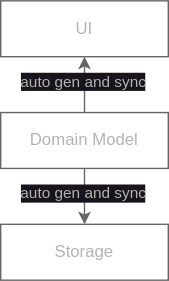
This is docs/diagrams/svg/mvs.svg from stevedekorte/strvct.net, a draw.io export, as it was before one commit. Source tidied: cells renumbered, new cells last; positions are measured from the earlier drawing's top-left corner, leaving out a move shared by most shapes. The source it was exported from:
```xml
<mxGraphModel>
  <root>
    <mxCell id="0" />
    <mxCell id="1" parent="0" />
    <mxCell id="2" value="UI" style="rounded=0;whiteSpace=wrap;html=1;fontSize=12;align=center;fillColor=none;strokeColor=#666666;fontColor=#B3B3B3;" parent="1" vertex="1">
      <mxGeometry width="120" height="40" as="geometry" />
    </mxCell>
    <mxCell id="3" value="Domain Model" style="rounded=0;whiteSpace=wrap;html=1;fontSize=12;align=center;fillColor=none;strokeColor=#666666;fontColor=#B3B3B3;" parent="1" vertex="1">
      <mxGeometry y="80" width="120" height="40" as="geometry" />
    </mxCell>
    <mxCell id="4" value="Storage" style="rounded=0;whiteSpace=wrap;html=1;fontSize=12;align=center;fillColor=none;strokeColor=#666666;fontColor=#B3B3B3;" parent="1" vertex="1">
      <mxGeometry y="160" width="120" height="40" as="geometry" />
    </mxCell>
    <mxCell id="5" style="endArrow=none;startArrow=classic;html=1;rounded=0;entryX=0.5;entryY=1;entryDx=0;entryDy=0;startFill=1;endFill=0;strokeColor=#666666;" parent="1" edge="1" source="4" target="3">
      <mxGeometry relative="1" as="geometry" />
    </mxCell>
    <mxCell id="6" value="auto gen and sync" style="edgeLabel;html=1;align=center;verticalAlign=middle;fontColor=#B3B3B3;" parent="5" vertex="1">
      <mxGeometry x="0.1" y="1" relative="1" as="geometry" />
    </mxCell>
    <mxCell id="7" style="endArrow=classic;startArrow=none;html=1;rounded=0;entryX=0.5;entryY=1;entryDx=0;entryDy=0;exitX=0.5;exitY=0;exitDx=0;exitDy=0;startFill=0;strokeColor=#666666;" parent="1" edge="1" source="3" target="2">
      <mxGeometry relative="1" as="geometry" />
    </mxCell>
    <mxCell id="8" value="auto gen and sync" style="edgeLabel;html=1;align=center;verticalAlign=middle;fontColor=#B3B3B3;" parent="7" vertex="1">
      <mxGeometry x="0.1" y="1" relative="1" as="geometry" />
    </mxCell>
  </root>
</mxGraphModel>
```
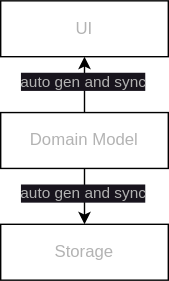
The same file after the commit.

What changed in the source:
```diff
@@ -2,25 +2,25 @@
   <root>
     <mxCell id="0" />
     <mxCell id="1" parent="0" />
-    <mxCell id="2" value="UI" style="rounded=0;whiteSpace=wrap;html=1;fontSize=12;align=center;fillColor=none;strokeColor=#666666;fontColor=#B3B3B3;" parent="1" vertex="1">
+    <mxCell id="2" value="UI" style="rounded=0;whiteSpace=wrap;html=1;fontSize=12;align=center;fillColor=none;strokeColor=#000000;fontColor=#000000;" parent="1" vertex="1">
       <mxGeometry width="120" height="40" as="geometry" />
     </mxCell>
-    <mxCell id="3" value="Domain Model" style="rounded=0;whiteSpace=wrap;html=1;fontSize=12;align=center;fillColor=none;strokeColor=#666666;fontColor=#B3B3B3;" parent="1" vertex="1">
+    <mxCell id="3" value="Domain Model" style="rounded=0;whiteSpace=wrap;html=1;fontSize=12;align=center;fillColor=none;strokeColor=#000000;fontColor=#000000;" parent="1" vertex="1">
       <mxGeometry y="80" width="120" height="40" as="geometry" />
     </mxCell>
-    <mxCell id="4" value="Storage" style="rounded=0;whiteSpace=wrap;html=1;fontSize=12;align=center;fillColor=none;strokeColor=#666666;fontColor=#B3B3B3;" parent="1" vertex="1">
+    <mxCell id="4" value="Storage" style="rounded=0;whiteSpace=wrap;html=1;fontSize=12;align=center;fillColor=none;strokeColor=#000000;fontColor=#000000;" parent="1" vertex="1">
       <mxGeometry y="160" width="120" height="40" as="geometry" />
     </mxCell>
-    <mxCell id="5" style="endArrow=none;startArrow=classic;html=1;rounded=0;entryX=0.5;entryY=1;entryDx=0;entryDy=0;startFill=1;endFill=0;strokeColor=#666666;" parent="1" edge="1" source="4" target="3">
+    <mxCell id="5" style="endArrow=none;startArrow=classic;html=1;rounded=0;entryX=0.5;entryY=1;entryDx=0;entryDy=0;startFill=1;endFill=0;strokeColor=#000000;" parent="1" edge="1" source="4" target="3">
       <mxGeometry relative="1" as="geometry" />
     </mxCell>
-    <mxCell id="6" value="auto gen and sync" style="edgeLabel;html=1;align=center;verticalAlign=middle;fontColor=#B3B3B3;" parent="5" vertex="1">
+    <mxCell id="6" value="auto gen and sync" style="edgeLabel;html=1;align=center;verticalAlign=middle;fontColor=#000000;" parent="5" vertex="1">
       <mxGeometry x="0.1" y="1" relative="1" as="geometry" />
     </mxCell>
-    <mxCell id="7" style="endArrow=classic;startArrow=none;html=1;rounded=0;entryX=0.5;entryY=1;entryDx=0;entryDy=0;exitX=0.5;exitY=0;exitDx=0;exitDy=0;startFill=0;strokeColor=#666666;" parent="1" edge="1" source="3" target="2">
+    <mxCell id="7" style="endArrow=classic;startArrow=none;html=1;rounded=0;entryX=0.5;entryY=1;entryDx=0;entryDy=0;exitX=0.5;exitY=0;exitDx=0;exitDy=0;startFill=0;strokeColor=#000000;" parent="1" edge="1" source="3" target="2">
       <mxGeometry relative="1" as="geometry" />
     </mxCell>
-    <mxCell id="8" value="auto gen and sync" style="edgeLabel;html=1;align=center;verticalAlign=middle;fontColor=#B3B3B3;" parent="7" vertex="1">
+    <mxCell id="8" value="auto gen and sync" style="edgeLabel;html=1;align=center;verticalAlign=middle;fontColor=#000000;" parent="7" vertex="1">
       <mxGeometry x="0.1" y="1" relative="1" as="geometry" />
     </mxCell>
   </root>
```
